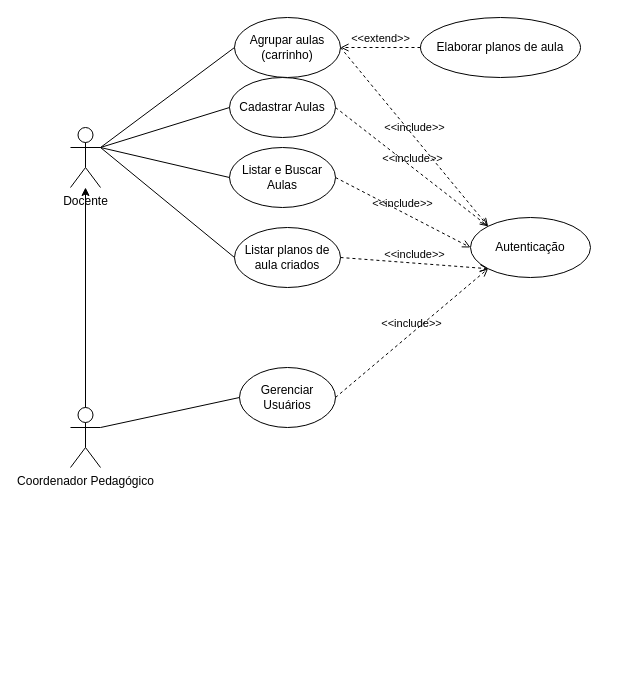
The draw.io diagram docs/Casos de Uso.drawio in estevaorada/bepc, before the edit. Source tidied: cells renumbered, new cells numbered last; positions are measured from the earlier drawing's top-left corner, leaving out a move shared by most shapes. Both pictures are drawn from the tidied source at 100%, with x=0, y=0 at pixel (70, 17).
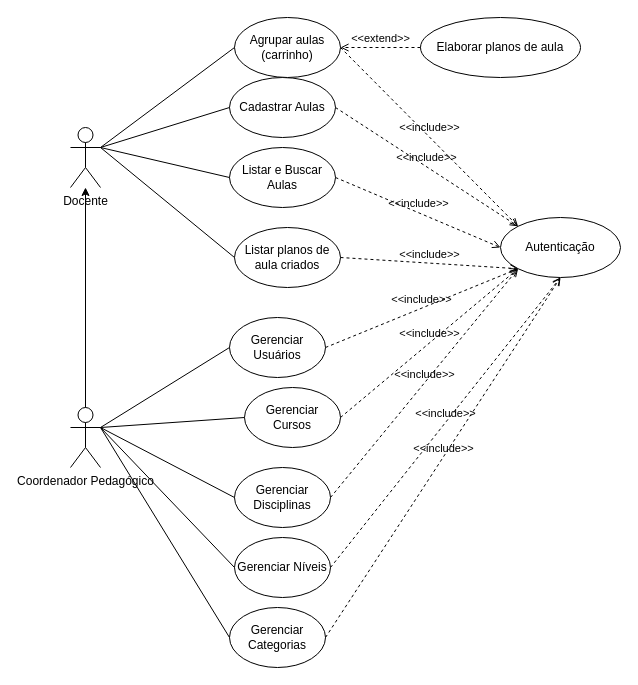
After the change.

Unchanged cells that the change refers to:
```xml
<mxCell id="3" value="Coordenador Pedagógico" style="shape=umlActor;verticalLabelPosition=bottom;verticalAlign=top;html=1;outlineConnect=0;" parent="1" vertex="1">
  <mxGeometry y="390" width="30" height="60" as="geometry" />
</mxCell>
```

Change to the diagram source:
```diff
@@
     <mxCell id="8" value="Autenticação" style="ellipse;whiteSpace=wrap;html=1;" parent="1" vertex="1">
-      <mxGeometry x="400" y="200" width="120" height="60" as="geometry" />
+      <mxGeometry x="430" y="200" width="120" height="60" as="geometry" />
     </mxCell>
@@
     <mxCell id="20" value="Gerenciar Usuários" style="ellipse;whiteSpace=wrap;html=1;" parent="1" vertex="1">
-      <mxGeometry x="169" y="350" width="96" height="60" as="geometry" />
+      <mxGeometry x="159" y="300" width="96" height="60" as="geometry" />
     </mxCell>
@@
+    <mxCell id="23" value="Gerenciar Cursos" style="ellipse;whiteSpace=wrap;html=1;" parent="1" vertex="1">
+      <mxGeometry x="174" y="370" width="96" height="60" as="geometry" />
+    </mxCell>
+    <mxCell id="24" value="Gerenciar Disciplinas" style="ellipse;whiteSpace=wrap;html=1;" parent="1" vertex="1">
+      <mxGeometry x="164" y="450" width="96" height="60" as="geometry" />
+    </mxCell>
+    <mxCell id="25" value="Gerenciar Níveis" style="ellipse;whiteSpace=wrap;html=1;" parent="1" vertex="1">
+      <mxGeometry x="164" y="520" width="96" height="60" as="geometry" />
+    </mxCell>
+    <mxCell id="26" value="Gerenciar Categorias" style="ellipse;whiteSpace=wrap;html=1;" parent="1" vertex="1">
+      <mxGeometry x="159" y="590" width="96" height="60" as="geometry" />
+    </mxCell>
+    <mxCell id="27" style="endArrow=none;html=1;rounded=0;entryX=0;entryY=0.5;entryDx=0;entryDy=0;exitX=1;exitY=0.3333333333333333;exitDx=0;exitDy=0;exitPerimeter=0;" parent="1" edge="1" source="3" target="25">
+      <mxGeometry relative="1" as="geometry" />
+    </mxCell>
+    <mxCell id="28" style="endArrow=none;html=1;rounded=0;entryX=0;entryY=0.5;entryDx=0;entryDy=0;exitX=1;exitY=0.3333333333333333;exitDx=0;exitDy=0;exitPerimeter=0;" parent="1" edge="1" source="3" target="24">
+      <mxGeometry relative="1" as="geometry" />
+    </mxCell>
+    <mxCell id="29" style="endArrow=none;html=1;rounded=0;entryX=0;entryY=0.5;entryDx=0;entryDy=0;exitX=1;exitY=0.3333333333333333;exitDx=0;exitDy=0;exitPerimeter=0;" parent="1" edge="1" source="3" target="23">
+      <mxGeometry relative="1" as="geometry" />
+    </mxCell>
+    <mxCell id="30" style="endArrow=none;html=1;rounded=0;entryX=0;entryY=0.5;entryDx=0;entryDy=0;exitX=1;exitY=0.3333333333333333;exitDx=0;exitDy=0;exitPerimeter=0;" parent="1" edge="1" source="3" target="26">
+      <mxGeometry relative="1" as="geometry" />
+    </mxCell>
+    <mxCell id="31" value="&amp;lt;&amp;lt;include&amp;gt;&amp;gt;" style="html=1;verticalAlign=bottom;labelBackgroundColor=none;endArrow=open;endFill=0;dashed=1;rounded=0;exitX=1;exitY=0.5;exitDx=0;exitDy=0;entryX=0.5;entryY=1;entryDx=0;entryDy=0;" parent="1" edge="1" source="25" target="8">
+      <mxGeometry relative="1" as="geometry" />
+    </mxCell>
+    <mxCell id="32" value="&amp;lt;&amp;lt;include&amp;gt;&amp;gt;" style="html=1;verticalAlign=bottom;labelBackgroundColor=none;endArrow=open;endFill=0;dashed=1;rounded=0;exitX=1;exitY=0.5;exitDx=0;exitDy=0;entryX=0.5;entryY=1;entryDx=0;entryDy=0;" parent="1" edge="1" source="26" target="8">
+      <mxGeometry relative="1" as="geometry" />
+    </mxCell>
+    <mxCell id="33" value="&amp;lt;&amp;lt;include&amp;gt;&amp;gt;" style="html=1;verticalAlign=bottom;labelBackgroundColor=none;endArrow=open;endFill=0;dashed=1;rounded=0;exitX=1;exitY=0.5;exitDx=0;exitDy=0;entryX=0;entryY=1;entryDx=0;entryDy=0;" parent="1" edge="1" source="24" target="8">
+      <mxGeometry relative="1" as="geometry" />
+    </mxCell>
+    <mxCell id="34" value="&amp;lt;&amp;lt;include&amp;gt;&amp;gt;" style="html=1;verticalAlign=bottom;labelBackgroundColor=none;endArrow=open;endFill=0;dashed=1;rounded=0;exitX=1;exitY=0.5;exitDx=0;exitDy=0;entryX=0;entryY=1;entryDx=0;entryDy=0;" parent="1" edge="1" source="23" target="8">
+      <mxGeometry relative="1" as="geometry" />
+    </mxCell>
```
